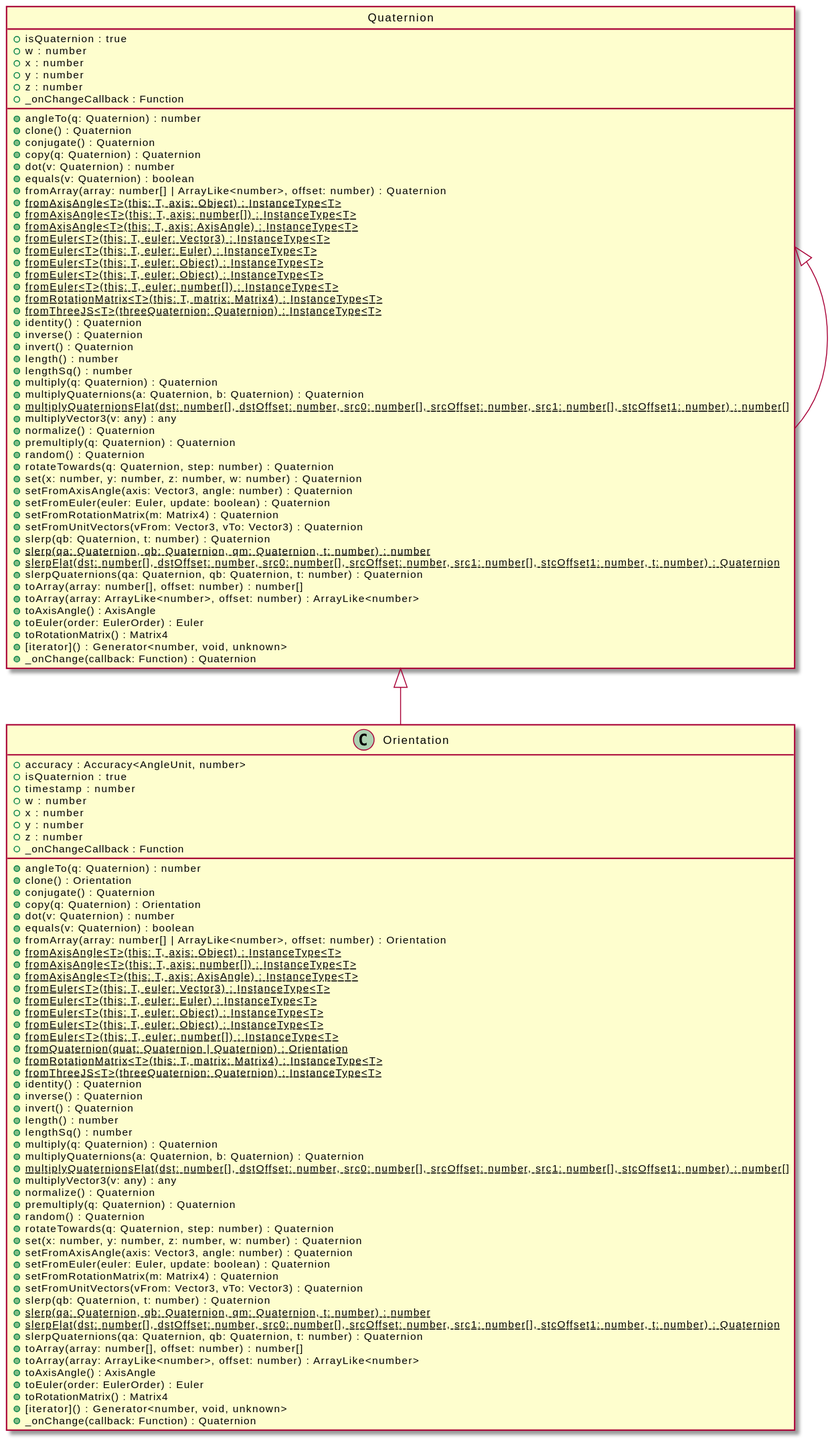
This is assets/Quaternion-umlClassDiagram-1811.svg from OpenHPS/openhps-core, a PlantUML export, as it was before one commit.
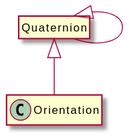
The same file after the commit.

What changed in the source:
```diff
@@ -3,118 +3,11 @@
 hide empty methods
 hide empty fields
 class "Quaternion" {
-    +isQuaternion : true
-    +w : number
-    +x : number
-    +y : number
-    +z : number
-    +_onChangeCallback : Function
-    +angleTo(q: Quaternion) : number
-    +clone() : Quaternion
-    +conjugate() : Quaternion
-    +copy(q: Quaternion) : Quaternion
-    +dot(v: Quaternion) : number
-    +equals(v: Quaternion) : boolean
-    +fromArray(array: number[] | ArrayLike<number>, offset: number) : Quaternion
-    {static} +fromAxisAngle<T>(this: T, axis: Object) : InstanceType<T>
-    {static} +fromAxisAngle<T>(this: T, axis: number[]) : InstanceType<T>
-    {static} +fromAxisAngle<T>(this: T, axis: AxisAngle) : InstanceType<T>
-    {static} +fromEuler<T>(this: T, euler: Vector3) : InstanceType<T>
-    {static} +fromEuler<T>(this: T, euler: Euler) : InstanceType<T>
-    {static} +fromEuler<T>(this: T, euler: Object) : InstanceType<T>
-    {static} +fromEuler<T>(this: T, euler: Object) : InstanceType<T>
-    {static} +fromEuler<T>(this: T, euler: number[]) : InstanceType<T>
-    {static} +fromRotationMatrix<T>(this: T, matrix: Matrix4) : InstanceType<T>
-    {static} +fromThreeJS<T>(threeQuaternion: Quaternion) : InstanceType<T>
-    +identity() : Quaternion
-    +inverse() : Quaternion
-    +invert() : Quaternion
-    +length() : number
-    +lengthSq() : number
-    +multiply(q: Quaternion) : Quaternion
-    +multiplyQuaternions(a: Quaternion, b: Quaternion) : Quaternion
-    {static} +multiplyQuaternionsFlat(dst: number[], dstOffset: number, src0: number[], srcOffset: number, src1: number[], stcOffset1: number) : number[]
-    +multiplyVector3(v: any) : any
-    +normalize() : Quaternion
-    +premultiply(q: Quaternion) : Quaternion
-    +random() : Quaternion
-    +rotateTowards(q: Quaternion, step: number) : Quaternion
-    +set(x: number, y: number, z: number, w: number) : Quaternion
-    +setFromAxisAngle(axis: Vector3, angle: number) : Quaternion
-    +setFromEuler(euler: Euler, update: boolean) : Quaternion
-    +setFromRotationMatrix(m: Matrix4) : Quaternion
-    +setFromUnitVectors(vFrom: Vector3, vTo: Vector3) : Quaternion
-    +slerp(qb: Quaternion, t: number) : Quaternion
-    {static} +slerp(qa: Quaternion, qb: Quaternion, qm: Quaternion, t: number) : number
-    {static} +slerpFlat(dst: number[], dstOffset: number, src0: number[], srcOffset: number, src1: number[], stcOffset1: number, t: number) : Quaternion
-    +slerpQuaternions(qa: Quaternion, qb: Quaternion, t: number) : Quaternion
-    +toArray(array: number[], offset: number) : number[]
-    +toArray(array: ArrayLike<number>, offset: number) : ArrayLike<number>
-    +toAxisAngle() : AxisAngle
-    +toEuler(order: EulerOrder) : Euler
-    +toRotationMatrix() : Matrix4
-    +[iterator]() : Generator<number, void, unknown>
-    +_onChange(callback: Function) : Quaternion
 }
 class "Quaternion"
 hide "Quaternion" circle
 "Quaternion" <|-- "Quaternion"
 class "Orientation" {
-    +accuracy : Accuracy<AngleUnit, number>
-    +isQuaternion : true
-    +timestamp : number
-    +w : number
-    +x : number
-    +y : number
-    +z : number
-    +_onChangeCallback : Function
-    +angleTo(q: Quaternion) : number
-    +clone() : Orientation
-    +conjugate() : Quaternion
-    +copy(q: Quaternion) : Orientation
-    +dot(v: Quaternion) : number
-    +equals(v: Quaternion) : boolean
-    +fromArray(array: number[] | ArrayLike<number>, offset: number) : Orientation
-    {static} +fromAxisAngle<T>(this: T, axis: Object) : InstanceType<T>
-    {static} +fromAxisAngle<T>(this: T, axis: number[]) : InstanceType<T>
-    {static} +fromAxisAngle<T>(this: T, axis: AxisAngle) : InstanceType<T>
-    {static} +fromEuler<T>(this: T, euler: Vector3) : InstanceType<T>
-    {static} +fromEuler<T>(this: T, euler: Euler) : InstanceType<T>
-    {static} +fromEuler<T>(this: T, euler: Object) : InstanceType<T>
-    {static} +fromEuler<T>(this: T, euler: Object) : InstanceType<T>
-    {static} +fromEuler<T>(this: T, euler: number[]) : InstanceType<T>
-    {static} +fromQuaternion(quat: Quaternion | Quaternion) : Orientation
-    {static} +fromRotationMatrix<T>(this: T, matrix: Matrix4) : InstanceType<T>
-    {static} +fromThreeJS<T>(threeQuaternion: Quaternion) : InstanceType<T>
-    +identity() : Quaternion
-    +inverse() : Quaternion
-    +invert() : Quaternion
-    +length() : number
-    +lengthSq() : number
-    +multiply(q: Quaternion) : Quaternion
-    +multiplyQuaternions(a: Quaternion, b: Quaternion) : Quaternion
-    {static} +multiplyQuaternionsFlat(dst: number[], dstOffset: number, src0: number[], srcOffset: number, src1: number[], stcOffset1: number) : number[]
-    +multiplyVector3(v: any) : any
-    +normalize() : Quaternion
-    +premultiply(q: Quaternion) : Quaternion
-    +random() : Quaternion
-    +rotateTowards(q: Quaternion, step: number) : Quaternion
-    +set(x: number, y: number, z: number, w: number) : Quaternion
-    +setFromAxisAngle(axis: Vector3, angle: number) : Quaternion
-    +setFromEuler(euler: Euler, update: boolean) : Quaternion
-    +setFromRotationMatrix(m: Matrix4) : Quaternion
-    +setFromUnitVectors(vFrom: Vector3, vTo: Vector3) : Quaternion
-    +slerp(qb: Quaternion, t: number) : Quaternion
-    {static} +slerp(qa: Quaternion, qb: Quaternion, qm: Quaternion, t: number) : number
-    {static} +slerpFlat(dst: number[], dstOffset: number, src0: number[], srcOffset: number, src1: number[], stcOffset1: number, t: number) : Quaternion
-    +slerpQuaternions(qa: Quaternion, qb: Quaternion, t: number) : Quaternion
-    +toArray(array: number[], offset: number) : number[]
-    +toArray(array: ArrayLike<number>, offset: number) : ArrayLike<number>
-    +toAxisAngle() : AxisAngle
-    +toEuler(order: EulerOrder) : Euler
-    +toRotationMatrix() : Matrix4
-    +[iterator]() : Generator<number, void, unknown>
-    +_onChange(callback: Function) : Quaternion
 }
 "Quaternion" <|-- "Orientation"
 @enduml
```
